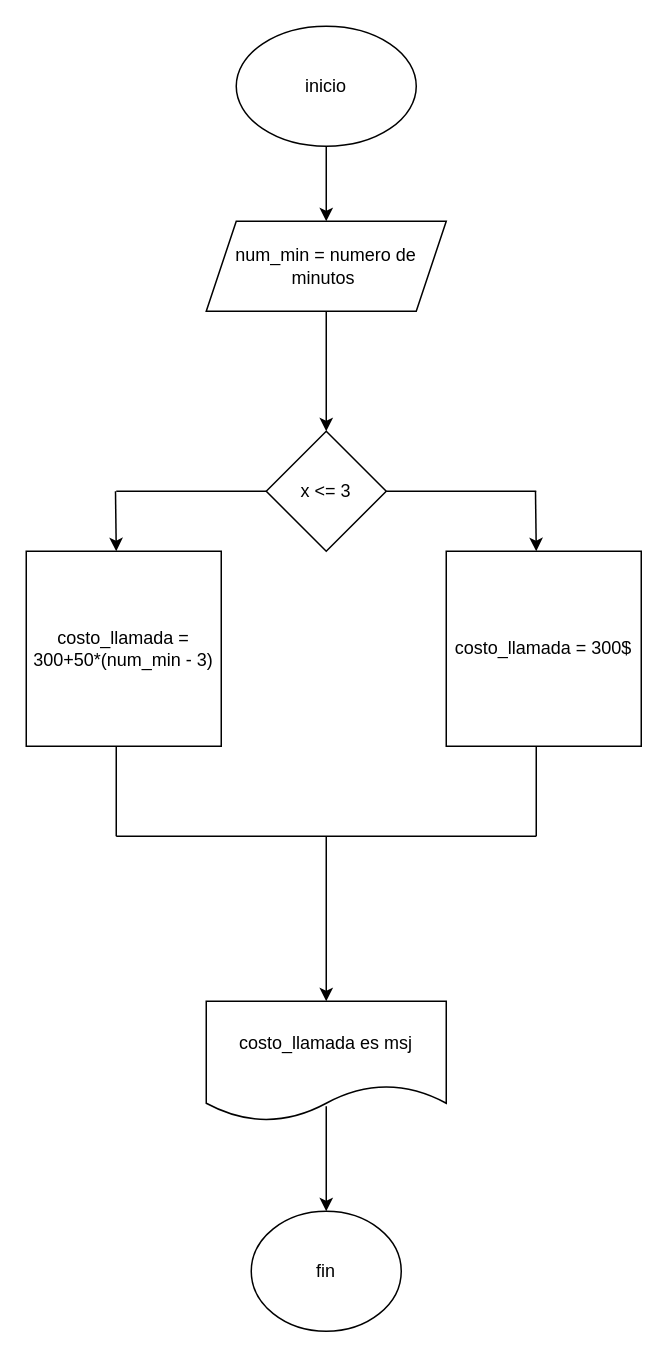
The draw.io diagram diagrama.drawio in lexymolina/llamada_telefonica, before the edit. Source tidied: cells renumbered, new cells numbered last; positions are measured from the earlier drawing's top-left corner, leaving out a move shared by most shapes. Both pictures are drawn from the tidied source at 150%, with x=0, y=0 at pixel (26, 26).
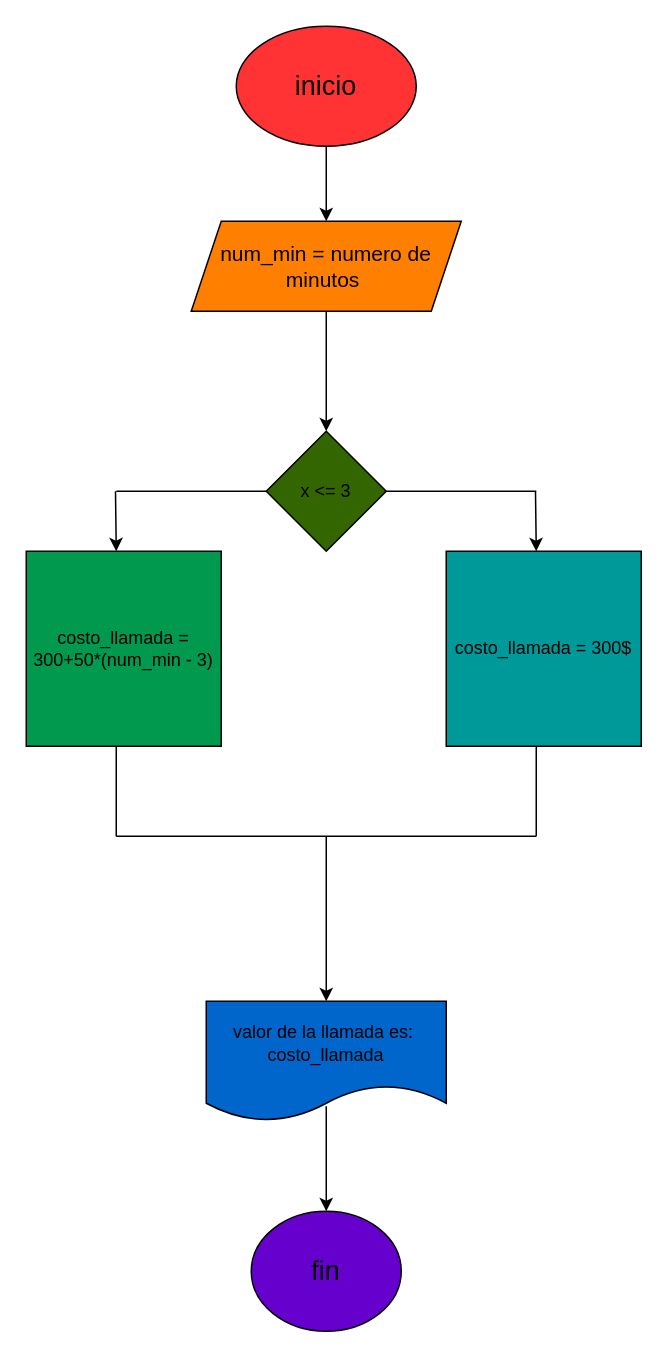
After the change.

The edit, as a diff of the source:
```diff
@@
-    <mxCell id="3" value="inicio" style="ellipse;whiteSpace=wrap;html=1;" parent="1" vertex="1">
+    <mxCell id="3" value="&lt;font style=&quot;font-size: 18px;&quot;&gt;inicio&lt;/font&gt;" style="ellipse;whiteSpace=wrap;html=1;fillColor=#FF3333;" parent="1" vertex="1">
       <mxGeometry x="140" width="120" height="80" as="geometry" />
     </mxCell>
@@
-    <mxCell id="5" value="num_min = numero de minutos&amp;nbsp;" style="shape=parallelogram;perimeter=parallelogramPerimeter;whiteSpace=wrap;html=1;fixedSize=1;" parent="1" vertex="1">
-      <mxGeometry x="120" y="130" width="160" height="60" as="geometry" />
+    <mxCell id="5" value="&lt;font style=&quot;font-size: 14px;&quot;&gt;num_min = numero de minutos&amp;nbsp;&lt;/font&gt;" style="shape=parallelogram;perimeter=parallelogramPerimeter;whiteSpace=wrap;html=1;fixedSize=1;fillColor=#FF8000;" parent="1" vertex="1">
+      <mxGeometry x="110" y="130" width="180" height="60" as="geometry" />
     </mxCell>
-    <mxCell id="6" value="x &amp;lt;= 3" style="rhombus;whiteSpace=wrap;html=1;" parent="1" vertex="1">
+    <mxCell id="6" value="x &amp;lt;= 3" style="rhombus;whiteSpace=wrap;html=1;fillColor=#336600;" parent="1" vertex="1">
       <mxGeometry x="160" y="270" width="80" height="80" as="geometry" />
     </mxCell>
@@
-    <mxCell id="10" value="costo_llamada =&lt;br&gt;300+50*(num_min - 3)" style="whiteSpace=wrap;html=1;" parent="1" vertex="1">
+    <mxCell id="10" value="costo_llamada =&lt;br&gt;300+50*(num_min - 3)" style="whiteSpace=wrap;html=1;fillColor=#00994D;" parent="1" vertex="1">
       <mxGeometry y="350" width="130" height="130" as="geometry" />
     </mxCell>
-    <mxCell id="11" value="costo_llamada = 300$" style="whiteSpace=wrap;html=1;" parent="1" vertex="1">
+    <mxCell id="11" value="costo_llamada = 300$" style="whiteSpace=wrap;html=1;fillColor=#009999;" parent="1" vertex="1">
       <mxGeometry x="280" y="350" width="130" height="130" as="geometry" />
     </mxCell>
@@
-    <mxCell id="16" value="costo_llamada es msj" style="shape=document;whiteSpace=wrap;html=1;boundedLbl=1;" parent="1" vertex="1">
+    <mxCell id="16" value="valor de la llamada es:&amp;nbsp;&lt;br&gt;costo_llamada" style="shape=document;whiteSpace=wrap;html=1;boundedLbl=1;fillColor=#0066CC;" parent="1" vertex="1">
       <mxGeometry x="120" y="650" width="160" height="80" as="geometry" />
     </mxCell>
-    <mxCell id="17" value="fin" style="ellipse;whiteSpace=wrap;html=1;" parent="1" vertex="1">
+    <mxCell id="17" value="&lt;font style=&quot;font-size: 18px;&quot;&gt;fin&lt;/font&gt;" style="ellipse;whiteSpace=wrap;html=1;fillColor=#6600CC;" parent="1" vertex="1">
       <mxGeometry x="150" y="790" width="100" height="80" as="geometry" />
     </mxCell>
```
